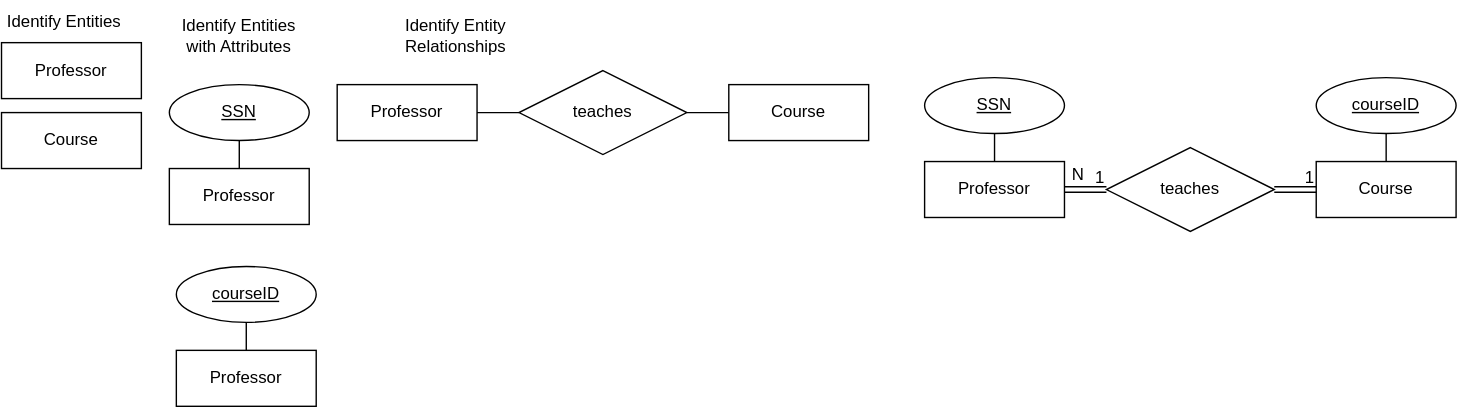
Earlier version of the draw.io export chen's-notation-practice/Elano_Jethro_ERD_Practice3.drawio.svg (Yotsuhadesu/database-management-system). Source tidied: cells renumbered, new cells last; positions are measured from the earlier drawing's top-left corner, leaving out a move shared by most shapes.
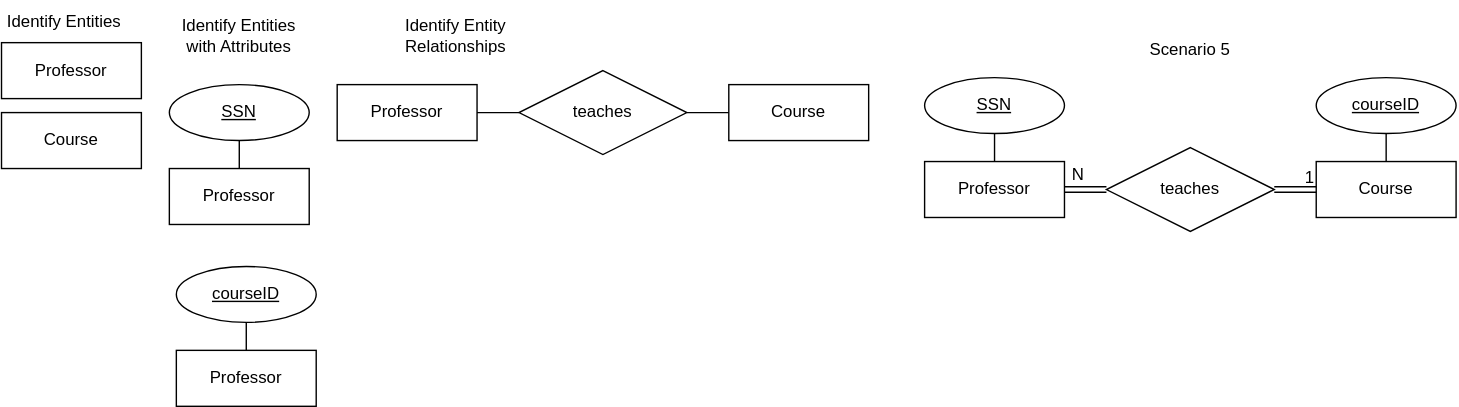
The same diagram one commit later.

Commit message:
add label and remove extra 1 cardinality

Diff of the diagram source:
```diff
@@ -83,8 +83,8 @@
     <mxCell id="28" style="shape=link;html=1;rounded=0;entryX=0;entryY=0.5;entryDx=0;entryDy=0;exitX=0;exitY=1;exitDx=0;exitDy=0;" parent="1" edge="1" source="23" target="20">
       <mxGeometry relative="1" as="geometry" />
     </mxCell>
-    <mxCell id="29" value="1" style="html=1;whiteSpace=wrap;align=right;verticalAlign=bottom;" parent="28" vertex="1">
-      <mxGeometry x="1" relative="1" as="geometry" />
-    </mxCell>
+    <mxCell id="30" value="Scenario 5" style="text;html=1;whiteSpace=wrap;strokeColor=none;fillColor=none;align=center;verticalAlign=middle;rounded=0;" parent="1" vertex="1">
+      <mxGeometry x="820" y="20" width="60" height="30" as="geometry" />
+    </mxCell>
   </root>
 </mxGraphModel>
```
